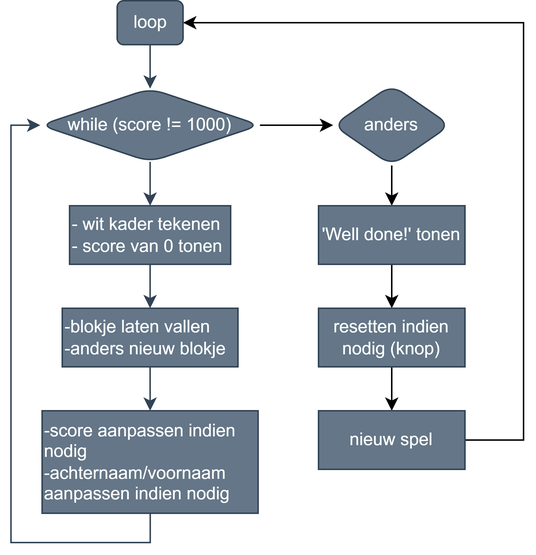
SpeedRoom/SpeedRoom.github.io keeps this draw.io diagram as images/flow_chart_tetris.png. Above is the earlier version. Source tidied: cells renumbered, new cells last; positions are measured from the earlier drawing's top-left corner, leaving out a move shared by most shapes. The source it was exported from:
```xml
<mxGraphModel>
  <root>
    <mxCell id="0" />
    <mxCell id="1" parent="0" />
    <mxCell id="2" style="edgeStyle=orthogonalEdgeStyle;rounded=0;jettySize=auto;html=1;fillColor=#647687;strokeColor=#314354;" parent="1" edge="1" source="3" target="5">
      <mxGeometry relative="1" as="geometry" />
    </mxCell>
    <mxCell id="3" value="- wit kader tekenen&lt;br&gt;- score van 0 tonen" style="rounded=0;whiteSpace=wrap;html=1;fillColor=#647687;strokeColor=#314354;fontColor=#ffffff;align=left;" parent="1" vertex="1">
      <mxGeometry x="40" y="140" width="110" height="40" as="geometry" />
    </mxCell>
    <mxCell id="4" style="edgeStyle=orthogonalEdgeStyle;rounded=0;jettySize=auto;html=1;entryX=0.5;entryY=0;entryDx=0;entryDy=0;fillColor=#647687;strokeColor=#314354;" parent="1" edge="1" source="5" target="7">
      <mxGeometry relative="1" as="geometry" />
    </mxCell>
    <mxCell id="5" value="-blokje laten vallen&lt;br&gt;-anders nieuw blokje" style="rounded=0;whiteSpace=wrap;html=1;fillColor=#647687;strokeColor=#314354;fontColor=#ffffff;align=left;" parent="1" vertex="1">
      <mxGeometry x="35" y="210" width="120" height="40" as="geometry" />
    </mxCell>
    <mxCell id="6" style="edgeStyle=orthogonalEdgeStyle;rounded=0;jettySize=auto;html=1;entryX=0;entryY=0.5;entryDx=0;entryDy=0;fillColor=#647687;strokeColor=#314354;" parent="1" edge="1" source="7" target="12">
      <mxGeometry relative="1" as="geometry">
        <Array as="points">
          <mxPoint x="95" y="370" />
          <mxPoint y="370" />
          <mxPoint y="85" />
        </Array>
      </mxGeometry>
    </mxCell>
    <mxCell id="7" value="-score aanpassen indien nodig&lt;br&gt;-achternaam/voornaam aanpassen indien nodig" style="rounded=0;whiteSpace=wrap;html=1;fillColor=#647687;strokeColor=#314354;fontColor=#ffffff;align=left;" parent="1" vertex="1">
      <mxGeometry x="21.2" y="280" width="147.5" height="70" as="geometry" />
    </mxCell>
    <mxCell id="8" style="edgeStyle=orthogonalEdgeStyle;rounded=0;jettySize=auto;html=1;entryX=0.5;entryY=0;entryDx=0;entryDy=0;fillColor=#647687;strokeColor=#314354;" parent="1" edge="1" source="9" target="12">
      <mxGeometry relative="1" as="geometry" />
    </mxCell>
    <mxCell id="9" value="loop" style="rounded=1;whiteSpace=wrap;html=1;fillColor=#647687;fontColor=#ffffff;strokeColor=#314354;" parent="1" vertex="1">
      <mxGeometry x="72.5" width="45" height="30" as="geometry" />
    </mxCell>
    <mxCell id="10" style="edgeStyle=orthogonalEdgeStyle;rounded=0;jettySize=auto;html=1;entryX=0.5;entryY=0;entryDx=0;entryDy=0;fillColor=#647687;strokeColor=#314354;" parent="1" edge="1" source="12" target="3">
      <mxGeometry relative="1" as="geometry" />
    </mxCell>
    <mxCell id="11" style="edgeStyle=orthogonalEdgeStyle;rounded=0;jettySize=auto;html=1;" parent="1" edge="1" source="12" target="14">
      <mxGeometry relative="1" as="geometry" />
    </mxCell>
    <mxCell id="12" value="while (score != 1000)" style="rhombus;whiteSpace=wrap;html=1;fillColor=#647687;fontColor=#ffffff;strokeColor=#314354;rounded=1;" parent="1" vertex="1">
      <mxGeometry x="20" y="60" width="150" height="50" as="geometry" />
    </mxCell>
    <mxCell id="13" style="edgeStyle=orthogonalEdgeStyle;rounded=0;jettySize=auto;html=1;" parent="1" edge="1" source="14" target="16">
      <mxGeometry relative="1" as="geometry" />
    </mxCell>
    <mxCell id="14" value="anders" style="rhombus;whiteSpace=wrap;html=1;fillColor=#647687;strokeColor=#314354;fontColor=#ffffff;rounded=1;" parent="1" vertex="1">
      <mxGeometry x="220" y="57.5" width="80" height="55" as="geometry" />
    </mxCell>
    <mxCell id="15" style="edgeStyle=orthogonalEdgeStyle;rounded=0;jettySize=auto;html=1;" parent="1" edge="1" source="16">
      <mxGeometry relative="1" as="geometry">
        <mxPoint x="260" y="210" as="targetPoint" />
      </mxGeometry>
    </mxCell>
    <mxCell id="16" value="'Well done!' tonen" style="rounded=0;whiteSpace=wrap;html=1;fillColor=#647687;fontColor=#ffffff;strokeColor=#314354;" parent="1" vertex="1">
      <mxGeometry x="210" y="140" width="100" height="40" as="geometry" />
    </mxCell>
    <mxCell id="17" style="edgeStyle=orthogonalEdgeStyle;rounded=0;jettySize=auto;html=1;" parent="1" edge="1" source="18" target="20">
      <mxGeometry relative="1" as="geometry" />
    </mxCell>
    <mxCell id="18" value="resetten indien nodig (knop)" style="rounded=0;whiteSpace=wrap;html=1;fillColor=#647687;fontColor=#ffffff;strokeColor=#314354;" parent="1" vertex="1">
      <mxGeometry x="210" y="210" width="100" height="40" as="geometry" />
    </mxCell>
    <mxCell id="19" style="edgeStyle=orthogonalEdgeStyle;rounded=0;jettySize=auto;html=1;entryX=1;entryY=0.5;entryDx=0;entryDy=0;" parent="1" edge="1" source="20" target="9">
      <mxGeometry relative="1" as="geometry">
        <Array as="points">
          <mxPoint x="350" y="300" />
          <mxPoint x="350" y="15" />
        </Array>
      </mxGeometry>
    </mxCell>
    <mxCell id="20" value="nieuw spel" style="rounded=0;whiteSpace=wrap;html=1;fillColor=#647687;fontColor=#ffffff;strokeColor=#314354;" parent="1" vertex="1">
      <mxGeometry x="210" y="280" width="100" height="40" as="geometry" />
    </mxCell>
  </root>
</mxGraphModel>
```
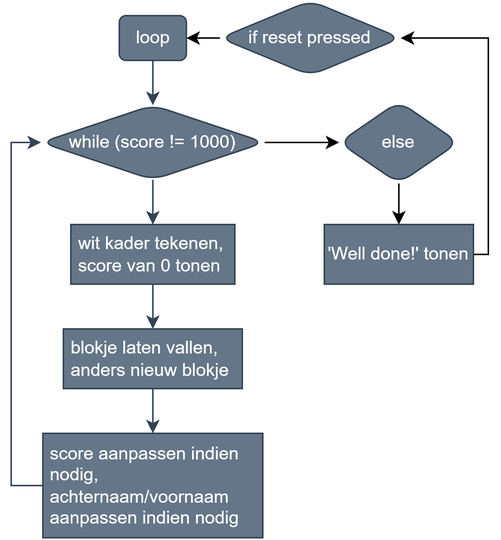
After the change.

Change to the diagram source:
```diff
@@ -2,75 +2,66 @@
   <root>
     <mxCell id="0" />
     <mxCell id="1" parent="0" />
-    <mxCell id="2" style="edgeStyle=orthogonalEdgeStyle;rounded=0;jettySize=auto;html=1;fillColor=#647687;strokeColor=#314354;" parent="1" edge="1" source="3" target="5">
-      <mxGeometry relative="1" as="geometry" />
-    </mxCell>
-    <mxCell id="3" value="- wit kader tekenen&lt;br&gt;- score van 0 tonen" style="rounded=0;whiteSpace=wrap;html=1;fillColor=#647687;strokeColor=#314354;fontColor=#ffffff;align=left;" parent="1" vertex="1">
-      <mxGeometry x="40" y="140" width="110" height="40" as="geometry" />
-    </mxCell>
-    <mxCell id="4" style="edgeStyle=orthogonalEdgeStyle;rounded=0;jettySize=auto;html=1;entryX=0.5;entryY=0;entryDx=0;entryDy=0;fillColor=#647687;strokeColor=#314354;" parent="1" edge="1" source="5" target="7">
-      <mxGeometry relative="1" as="geometry" />
-    </mxCell>
-    <mxCell id="5" value="-blokje laten vallen&lt;br&gt;-anders nieuw blokje" style="rounded=0;whiteSpace=wrap;html=1;fillColor=#647687;strokeColor=#314354;fontColor=#ffffff;align=left;" parent="1" vertex="1">
-      <mxGeometry x="35" y="210" width="120" height="40" as="geometry" />
-    </mxCell>
-    <mxCell id="6" style="edgeStyle=orthogonalEdgeStyle;rounded=0;jettySize=auto;html=1;entryX=0;entryY=0.5;entryDx=0;entryDy=0;fillColor=#647687;strokeColor=#314354;" parent="1" edge="1" source="7" target="12">
-      <mxGeometry relative="1" as="geometry">
-        <Array as="points">
-          <mxPoint x="95" y="370" />
-          <mxPoint y="370" />
-          <mxPoint y="85" />
-        </Array>
-      </mxGeometry>
-    </mxCell>
-    <mxCell id="7" value="-score aanpassen indien nodig&lt;br&gt;-achternaam/voornaam aanpassen indien nodig" style="rounded=0;whiteSpace=wrap;html=1;fillColor=#647687;strokeColor=#314354;fontColor=#ffffff;align=left;" parent="1" vertex="1">
-      <mxGeometry x="21.2" y="280" width="147.5" height="70" as="geometry" />
-    </mxCell>
+    <mxCell id="21" style="edgeStyle=orthogonalEdgeStyle;rounded=0;jettySize=auto;html=1;fillColor=#647687;strokeColor=#314354;" parent="1" edge="1" source="22" target="24">
+      <mxGeometry relative="1" as="geometry" />
+    </mxCell>
+    <mxCell id="22" value="&amp;nbsp;wit kader tekenen,&lt;br&gt;&amp;nbsp;score van 0 tonen" style="rounded=0;whiteSpace=wrap;html=1;fillColor=#647687;strokeColor=#314354;fontColor=#ffffff;align=left;" parent="1" vertex="1">
+      <mxGeometry x="40" y="140" width="110" height="40" as="geometry" />
+    </mxCell>
+    <mxCell id="23" style="edgeStyle=orthogonalEdgeStyle;rounded=0;jettySize=auto;html=1;entryX=0.5;entryY=0;entryDx=0;entryDy=0;fillColor=#647687;strokeColor=#314354;" parent="1" edge="1" source="24" target="26">
+      <mxGeometry relative="1" as="geometry" />
+    </mxCell>
+    <mxCell id="24" value="&amp;nbsp;blokje laten vallen,&lt;br&gt;&amp;nbsp;anders nieuw blokje" style="rounded=0;whiteSpace=wrap;html=1;fillColor=#647687;strokeColor=#314354;fontColor=#ffffff;align=left;" parent="1" vertex="1">
+      <mxGeometry x="35" y="210" width="120" height="40" as="geometry" />
+    </mxCell>
+    <mxCell id="25" style="edgeStyle=orthogonalEdgeStyle;rounded=0;jettySize=auto;html=1;entryX=0;entryY=0.5;entryDx=0;entryDy=0;fillColor=#647687;strokeColor=#314354;" parent="1" edge="1" source="26" target="12">
+      <mxGeometry relative="1" as="geometry">
+        <Array as="points">
+          <mxPoint y="315" />
+          <mxPoint y="85" />
+        </Array>
+      </mxGeometry>
+    </mxCell>
+    <mxCell id="26" value="&amp;nbsp;score aanpassen indien&amp;nbsp; &amp;nbsp;nodig,&lt;br&gt;&amp;nbsp;achternaam/voornaam&amp;nbsp; &amp;nbsp;aanpassen indien nodig" style="rounded=0;whiteSpace=wrap;html=1;fillColor=#647687;strokeColor=#314354;fontColor=#ffffff;align=left;" parent="1" vertex="1">
+      <mxGeometry x="21.2" y="280" width="147.5" height="70" as="geometry" />
+    </mxCell>
     <mxCell id="8" style="edgeStyle=orthogonalEdgeStyle;rounded=0;jettySize=auto;html=1;entryX=0.5;entryY=0;entryDx=0;entryDy=0;fillColor=#647687;strokeColor=#314354;" parent="1" edge="1" source="9" target="12">
       <mxGeometry relative="1" as="geometry" />
     </mxCell>
     <mxCell id="9" value="loop" style="rounded=1;whiteSpace=wrap;html=1;fillColor=#647687;fontColor=#ffffff;strokeColor=#314354;" parent="1" vertex="1">
       <mxGeometry x="72.5" width="45" height="30" as="geometry" />
     </mxCell>
-    <mxCell id="10" style="edgeStyle=orthogonalEdgeStyle;rounded=0;jettySize=auto;html=1;entryX=0.5;entryY=0;entryDx=0;entryDy=0;fillColor=#647687;strokeColor=#314354;" parent="1" edge="1" source="12" target="3">
-      <mxGeometry relative="1" as="geometry" />
-    </mxCell>
-    <mxCell id="11" style="edgeStyle=orthogonalEdgeStyle;rounded=0;jettySize=auto;html=1;" parent="1" edge="1" source="12" target="14">
-      <mxGeometry relative="1" as="geometry" />
-    </mxCell>
+    <mxCell id="27" style="edgeStyle=orthogonalEdgeStyle;rounded=0;jettySize=auto;html=1;entryX=0.5;entryY=0;entryDx=0;entryDy=0;fillColor=#647687;strokeColor=#314354;" parent="1" edge="1" source="12" target="22">
+      <mxGeometry relative="1" as="geometry" />
+    </mxCell>
+    <mxCell id="28" style="edgeStyle=orthogonalEdgeStyle;rounded=0;jettySize=auto;html=1;" parent="1" edge="1" source="12" target="30">
+      <mxGeometry relative="1" as="geometry" />
+    </mxCell>
     <mxCell id="12" value="while (score != 1000)" style="rhombus;whiteSpace=wrap;html=1;fillColor=#647687;fontColor=#ffffff;strokeColor=#314354;rounded=1;" parent="1" vertex="1">
       <mxGeometry x="20" y="60" width="150" height="50" as="geometry" />
     </mxCell>
-    <mxCell id="13" style="edgeStyle=orthogonalEdgeStyle;rounded=0;jettySize=auto;html=1;" parent="1" edge="1" source="14" target="16">
-      <mxGeometry relative="1" as="geometry" />
-    </mxCell>
-    <mxCell id="14" value="anders" style="rhombus;whiteSpace=wrap;html=1;fillColor=#647687;strokeColor=#314354;fontColor=#ffffff;rounded=1;" parent="1" vertex="1">
-      <mxGeometry x="220" y="57.5" width="80" height="55" as="geometry" />
-    </mxCell>
-    <mxCell id="15" style="edgeStyle=orthogonalEdgeStyle;rounded=0;jettySize=auto;html=1;" parent="1" edge="1" source="16">
-      <mxGeometry relative="1" as="geometry">
-        <mxPoint x="260" y="210" as="targetPoint" />
-      </mxGeometry>
-    </mxCell>
+    <mxCell id="29" style="edgeStyle=orthogonalEdgeStyle;rounded=0;jettySize=auto;html=1;" parent="1" edge="1" source="30" target="16">
+      <mxGeometry relative="1" as="geometry" />
+    </mxCell>
+    <mxCell id="30" value="else" style="rhombus;whiteSpace=wrap;html=1;fillColor=#647687;strokeColor=#314354;fontColor=#ffffff;rounded=1;" parent="1" vertex="1">
+      <mxGeometry x="220" y="57.5" width="80" height="55" as="geometry" />
+    </mxCell>
+    <mxCell id="31" style="edgeStyle=orthogonalEdgeStyle;rounded=0;jettySize=auto;html=1;entryX=1;entryY=0.5;entryDx=0;entryDy=0;" parent="1" edge="1" source="16" target="33">
+      <mxGeometry relative="1" as="geometry">
+        <Array as="points">
+          <mxPoint x="320" y="160" />
+          <mxPoint x="320" y="15" />
+        </Array>
+      </mxGeometry>
+    </mxCell>
     <mxCell id="16" value="'Well done!' tonen" style="rounded=0;whiteSpace=wrap;html=1;fillColor=#647687;fontColor=#ffffff;strokeColor=#314354;" parent="1" vertex="1">
       <mxGeometry x="210" y="140" width="100" height="40" as="geometry" />
     </mxCell>
-    <mxCell id="17" style="edgeStyle=orthogonalEdgeStyle;rounded=0;jettySize=auto;html=1;" parent="1" edge="1" source="18" target="20">
-      <mxGeometry relative="1" as="geometry" />
-    </mxCell>
-    <mxCell id="18" value="resetten indien nodig (knop)" style="rounded=0;whiteSpace=wrap;html=1;fillColor=#647687;fontColor=#ffffff;strokeColor=#314354;" parent="1" vertex="1">
-      <mxGeometry x="210" y="210" width="100" height="40" as="geometry" />
-    </mxCell>
-    <mxCell id="19" style="edgeStyle=orthogonalEdgeStyle;rounded=0;jettySize=auto;html=1;entryX=1;entryY=0.5;entryDx=0;entryDy=0;" parent="1" edge="1" source="20" target="9">
-      <mxGeometry relative="1" as="geometry">
-        <Array as="points">
-          <mxPoint x="350" y="300" />
-          <mxPoint x="350" y="15" />
-        </Array>
-      </mxGeometry>
-    </mxCell>
-    <mxCell id="20" value="nieuw spel" style="rounded=0;whiteSpace=wrap;html=1;fillColor=#647687;fontColor=#ffffff;strokeColor=#314354;" parent="1" vertex="1">
-      <mxGeometry x="210" y="280" width="100" height="40" as="geometry" />
-    </mxCell>
+    <mxCell id="32" style="edgeStyle=orthogonalEdgeStyle;rounded=0;jettySize=auto;html=1;" parent="1" edge="1" source="33" target="9">
+      <mxGeometry relative="1" as="geometry" />
+    </mxCell>
+    <mxCell id="33" value="if reset pressed" style="rhombus;whiteSpace=wrap;html=1;fillColor=#647687;fontColor=#ffffff;strokeColor=#314354;rounded=1;" parent="1" vertex="1">
+      <mxGeometry x="140" y="-10" width="121.2" height="50" as="geometry" />
+    </mxCell>
   </root>
 </mxGraphModel>
```
